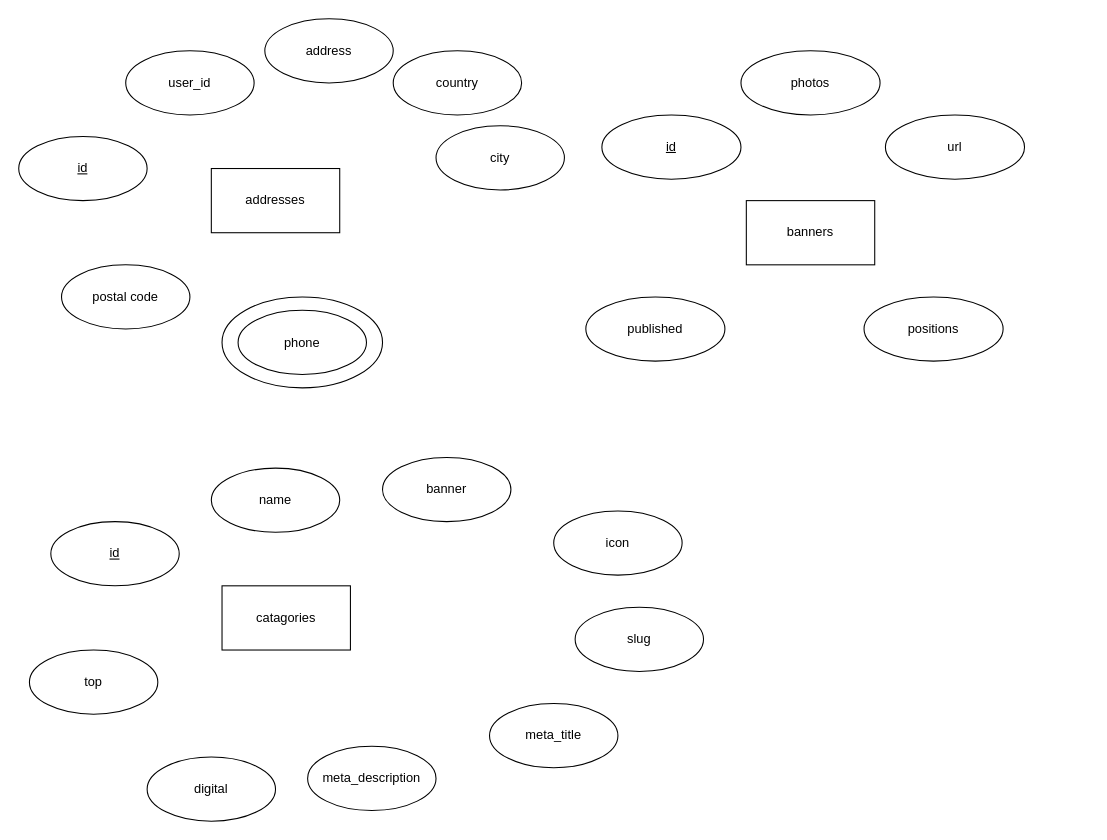
Before: Untitled Diagram.drawio in mmoinislam/hello, a draw.io diagram. Source tidied: cells renumbered, new cells numbered last; positions are measured from the earlier drawing's top-left corner, leaving out a move shared by most shapes. Both pictures are drawn from the tidied source at 107%, with x=0, y=0 at pixel (18, 18).
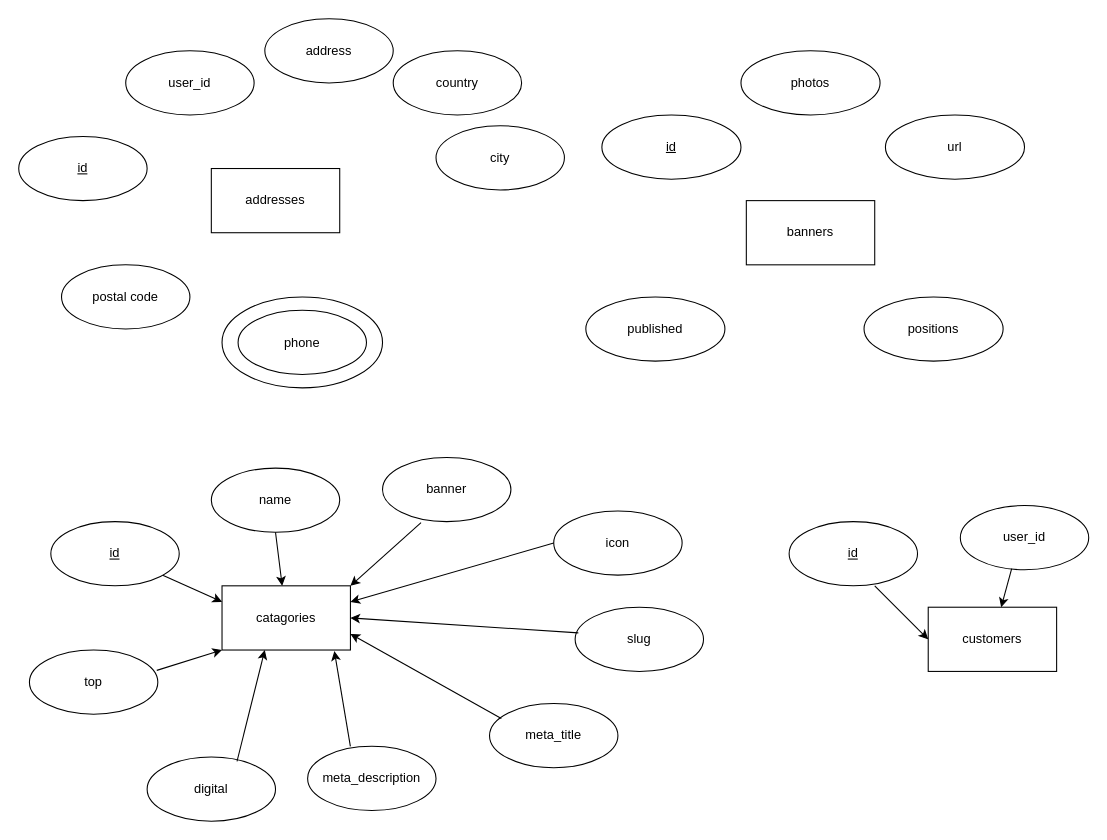
Above is the later version.

Unchanged cells that the change refers to:
```xml
<mxCell id="18" value="catagories" style="rounded=0;whiteSpace=wrap;html=1;" parent="1" vertex="1">
  <mxGeometry x="190" y="530" width="120" height="60" as="geometry" />
</mxCell>
<mxCell id="19" value="&lt;u&gt;id&lt;/u&gt;" style="ellipse;whiteSpace=wrap;html=1;" parent="1" vertex="1">
  <mxGeometry x="30" y="470" width="120" height="60" as="geometry" />
</mxCell>
<mxCell id="20" value="name" style="ellipse;whiteSpace=wrap;html=1;" parent="1" vertex="1">
  <mxGeometry x="180" y="420" width="120" height="60" as="geometry" />
</mxCell>
<mxCell id="21" value="banner" style="ellipse;whiteSpace=wrap;html=1;" parent="1" vertex="1">
  <mxGeometry x="340" y="410" width="120" height="60" as="geometry" />
</mxCell>
<mxCell id="22" value="icon" style="ellipse;whiteSpace=wrap;html=1;" parent="1" vertex="1">
  <mxGeometry x="500" y="460" width="120" height="60" as="geometry" />
</mxCell>
<mxCell id="23" value="slug" style="ellipse;whiteSpace=wrap;html=1;" parent="1" vertex="1">
  <mxGeometry x="520" y="550" width="120" height="60" as="geometry" />
</mxCell>
<mxCell id="24" value="meta_title" style="ellipse;whiteSpace=wrap;html=1;" parent="1" vertex="1">
  <mxGeometry x="440" y="640" width="120" height="60" as="geometry" />
</mxCell>
<mxCell id="25" value="meta_description" style="ellipse;whiteSpace=wrap;html=1;" parent="1" vertex="1">
  <mxGeometry x="270" y="680" width="120" height="60" as="geometry" />
</mxCell>
<mxCell id="26" value="digital" style="ellipse;whiteSpace=wrap;html=1;" parent="1" vertex="1">
  <mxGeometry x="120" y="690" width="120" height="60" as="geometry" />
</mxCell>
<mxCell id="27" value="top" style="ellipse;whiteSpace=wrap;html=1;" parent="1" vertex="1">
  <mxGeometry x="10" y="590" width="120" height="60" as="geometry" />
</mxCell>
```

Change to the diagram source:
```diff
@@
+    <mxCell id="28" style="endArrow=classic;html=1;exitX=0.992;exitY=0.317;exitDx=0;exitDy=0;exitPerimeter=0;entryX=0;entryY=1;entryDx=0;entryDy=0;" parent="1" edge="1" source="27" target="18">
+      <mxGeometry relative="1" as="geometry" />
+    </mxCell>
+    <mxCell id="29" style="endArrow=classic;html=1;entryX=0;entryY=0.25;entryDx=0;entryDy=0;" parent="1" edge="1" source="19" target="18">
+      <mxGeometry relative="1" as="geometry" />
+    </mxCell>
+    <mxCell id="30" style="endArrow=classic;html=1;exitX=0.5;exitY=1;exitDx=0;exitDy=0;" parent="1" edge="1" source="20" target="18">
+      <mxGeometry relative="1" as="geometry" />
+    </mxCell>
+    <mxCell id="31" style="endArrow=classic;html=1;exitX=0.3;exitY=1.017;exitDx=0;exitDy=0;exitPerimeter=0;entryX=1;entryY=0;entryDx=0;entryDy=0;" parent="1" edge="1" source="21" target="18">
+      <mxGeometry relative="1" as="geometry" />
+    </mxCell>
+    <mxCell id="32" style="endArrow=classic;html=1;exitX=0;exitY=0.5;exitDx=0;exitDy=0;entryX=1;entryY=0.25;entryDx=0;entryDy=0;" parent="1" edge="1" source="22" target="18">
+      <mxGeometry relative="1" as="geometry" />
+    </mxCell>
+    <mxCell id="33" style="endArrow=classic;html=1;exitX=0.025;exitY=0.4;exitDx=0;exitDy=0;exitPerimeter=0;entryX=1;entryY=0.5;entryDx=0;entryDy=0;" parent="1" edge="1" source="23" target="18">
+      <mxGeometry relative="1" as="geometry" />
+    </mxCell>
+    <mxCell id="34" style="endArrow=classic;html=1;exitX=0.092;exitY=0.233;exitDx=0;exitDy=0;exitPerimeter=0;entryX=1;entryY=0.75;entryDx=0;entryDy=0;" parent="1" edge="1" source="24" target="18">
+      <mxGeometry relative="1" as="geometry" />
+    </mxCell>
+    <mxCell id="35" style="endArrow=classic;html=1;exitX=0.333;exitY=0;exitDx=0;exitDy=0;exitPerimeter=0;entryX=0.875;entryY=1.017;entryDx=0;entryDy=0;entryPerimeter=0;" parent="1" edge="1" source="25" target="18">
+      <mxGeometry relative="1" as="geometry" />
+    </mxCell>
+    <mxCell id="36" style="endArrow=classic;html=1;exitX=0.7;exitY=0.067;exitDx=0;exitDy=0;exitPerimeter=0;entryX=0.333;entryY=1;entryDx=0;entryDy=0;entryPerimeter=0;" parent="1" edge="1" source="26" target="18">
+      <mxGeometry relative="1" as="geometry" />
+    </mxCell>
+    <mxCell id="37" value="customers" style="rounded=0;whiteSpace=wrap;html=1;" parent="1" vertex="1">
+      <mxGeometry x="850" y="550" width="120" height="60" as="geometry" />
+    </mxCell>
+    <mxCell id="38" value="&lt;u&gt;id&lt;/u&gt;" style="ellipse;whiteSpace=wrap;html=1;" parent="1" vertex="1">
+      <mxGeometry x="720" y="470" width="120" height="60" as="geometry" />
+    </mxCell>
+    <mxCell id="39" value="user_id" style="ellipse;whiteSpace=wrap;html=1;" parent="1" vertex="1">
+      <mxGeometry x="880" y="455" width="120" height="60" as="geometry" />
+    </mxCell>
+    <mxCell id="40" style="endArrow=classic;html=1;entryX=0;entryY=0.5;entryDx=0;entryDy=0;" parent="1" edge="1" target="37">
+      <mxGeometry relative="1" as="geometry">
+        <mxPoint x="800" y="530" as="sourcePoint" />
+      </mxGeometry>
+    </mxCell>
+    <mxCell id="41" style="endArrow=classic;html=1;exitX=0.4;exitY=0.983;exitDx=0;exitDy=0;exitPerimeter=0;" parent="1" edge="1" source="39" target="37">
+      <mxGeometry relative="1" as="geometry" />
+    </mxCell>
```
